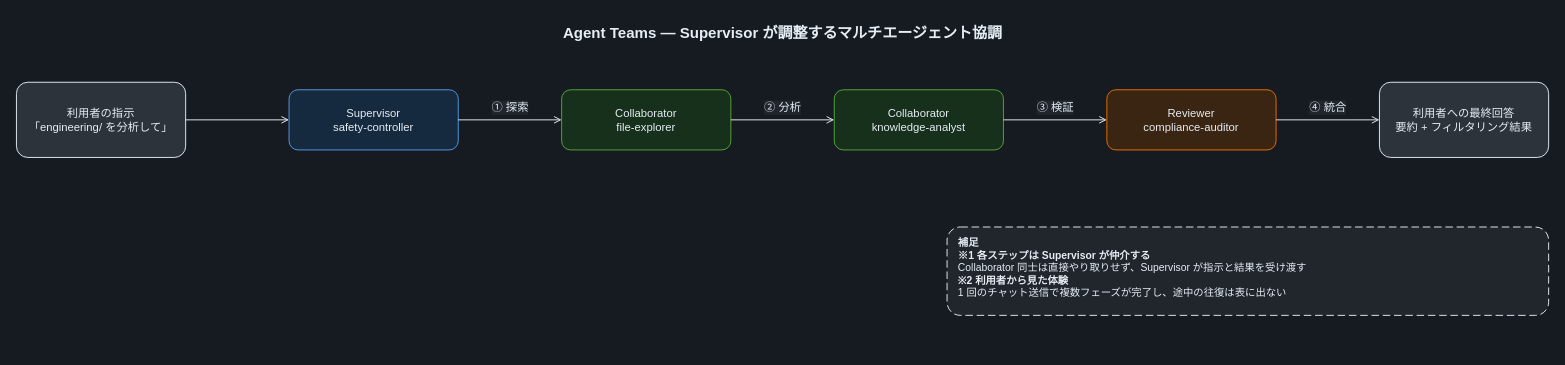
This is docs/diagrams/dark/part3-agent-teams.drawio from Yoshiki0705/FSx-for-ONTAP-S3AccessPoints-Serverless-Patterns, a draw.io file, before an edit. Source tidied: cells renumbered, new cells numbered last; positions are measured from the earlier drawing's top-left corner, leaving out a move shared by most shapes. Both pictures are drawn from the tidied source at 94%, with x=0, y=0 at pixel (16, 16).
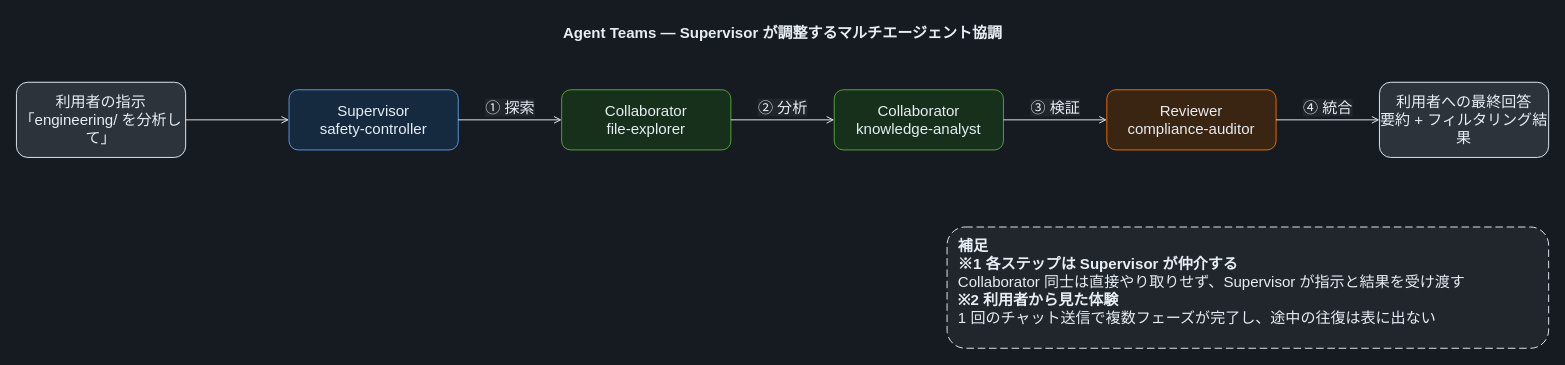
The same diagram, later.

Change to the diagram source:
```diff
@@
 <mxGraphModel background="#161B22">
   <root>
     <mxCell id="0" />
     <mxCell id="1" parent="0" />
     <mxCell id="2" value="Agent Teams — Supervisor が調整するマルチエージェント協調" style="text;html=1;align=center;verticalAlign=middle;fontSize=16;fontStyle=1;fontColor=#E6EDF3;" parent="1" vertex="1">
       <mxGeometry width="1630" height="34" as="geometry" />
     </mxCell>
-    <mxCell id="3" value="利用者の指示&lt;br&gt;「engineering/ を分析して」" style="rounded=1;whiteSpace=wrap;html=1;dashed=0;strokeColor=#E6EDF3;fillColor=#2D333B;align=center;verticalAlign=middle;fontSize=12;fontColor=#E6EDF3;" parent="1" vertex="1">
+    <mxCell id="3" value="利用者の指示&lt;br&gt;「engineering/ を分析して」" style="rounded=1;whiteSpace=wrap;html=1;dashed=0;strokeColor=#E6EDF3;fillColor=#2D333B;align=center;verticalAlign=middle;fontSize=16;fontColor=#E6EDF3;" parent="1" vertex="1">
       <mxGeometry y="70" width="180" height="80" as="geometry" />
     </mxCell>
-    <mxCell id="4" value="Supervisor&lt;br&gt;safety-controller" style="rounded=1;whiteSpace=wrap;html=1;dashed=0;strokeColor=#589BE5;fillColor=#152A3E;align=center;verticalAlign=middle;fontSize=12;fontColor=#E6EDF3;" parent="1" vertex="1">
+    <mxCell id="4" value="Supervisor&lt;br&gt;safety-controller" style="rounded=1;whiteSpace=wrap;html=1;dashed=0;strokeColor=#589BE5;fillColor=#152A3E;align=center;verticalAlign=middle;fontSize=16;fontColor=#E6EDF3;" parent="1" vertex="1">
       <mxGeometry x="290" y="78" width="180" height="64" as="geometry" />
     </mxCell>
-    <mxCell id="5" value="Collaborator&lt;br&gt;file-explorer" style="rounded=1;whiteSpace=wrap;html=1;dashed=0;strokeColor=#57A83A;fillColor=#16301C;align=center;verticalAlign=middle;fontSize=12;fontColor=#E6EDF3;" parent="1" vertex="1">
+    <mxCell id="5" value="Collaborator&lt;br&gt;file-explorer" style="rounded=1;whiteSpace=wrap;html=1;dashed=0;strokeColor=#57A83A;fillColor=#16301C;align=center;verticalAlign=middle;fontSize=16;fontColor=#E6EDF3;" parent="1" vertex="1">
       <mxGeometry x="580" y="78" width="180" height="64" as="geometry" />
     </mxCell>
-    <mxCell id="6" value="Collaborator&lt;br&gt;knowledge-analyst" style="rounded=1;whiteSpace=wrap;html=1;dashed=0;strokeColor=#57A83A;fillColor=#16301C;align=center;verticalAlign=middle;fontSize=12;fontColor=#E6EDF3;" parent="1" vertex="1">
+    <mxCell id="6" value="Collaborator&lt;br&gt;knowledge-analyst" style="rounded=1;whiteSpace=wrap;html=1;dashed=0;strokeColor=#57A83A;fillColor=#16301C;align=center;verticalAlign=middle;fontSize=16;fontColor=#E6EDF3;" parent="1" vertex="1">
       <mxGeometry x="870" y="78" width="180" height="64" as="geometry" />
     </mxCell>
-    <mxCell id="7" value="Reviewer&lt;br&gt;compliance-auditor" style="rounded=1;whiteSpace=wrap;html=1;dashed=0;strokeColor=#ED7100;fillColor=#3A2412;align=center;verticalAlign=middle;fontSize=12;fontColor=#E6EDF3;" parent="1" vertex="1">
+    <mxCell id="7" value="Reviewer&lt;br&gt;compliance-auditor" style="rounded=1;whiteSpace=wrap;html=1;dashed=0;strokeColor=#ED7100;fillColor=#3A2412;align=center;verticalAlign=middle;fontSize=16;fontColor=#E6EDF3;" parent="1" vertex="1">
       <mxGeometry x="1160" y="78" width="180" height="64" as="geometry" />
     </mxCell>
-    <mxCell id="8" value="利用者への最終回答&lt;br&gt;要約 + フィルタリング結果" style="rounded=1;whiteSpace=wrap;html=1;dashed=0;strokeColor=#E6EDF3;fillColor=#2D333B;align=center;verticalAlign=middle;fontSize=12;fontColor=#E6EDF3;" parent="1" vertex="1">
+    <mxCell id="8" value="利用者への最終回答&lt;br&gt;要約 + フィルタリング結果" style="rounded=1;whiteSpace=wrap;html=1;dashed=0;strokeColor=#E6EDF3;fillColor=#2D333B;align=center;verticalAlign=middle;fontSize=16;fontColor=#E6EDF3;" parent="1" vertex="1">
       <mxGeometry x="1450" y="70" width="180" height="80" as="geometry" />
     </mxCell>
-    <mxCell id="9" style="edgeStyle=orthogonalEdgeStyle;rounded=0;jettySize=auto;html=1;endArrow=open;endFill=0;strokeColor=#E6EDF3;strokeWidth=1;fontSize=12;fontColor=#E6EDF3;labelBackgroundColor=#21262D;" parent="1" edge="1" source="3" target="4">
+    <mxCell id="9" style="edgeStyle=orthogonalEdgeStyle;rounded=0;jettySize=auto;html=1;endArrow=open;endFill=0;strokeColor=#E6EDF3;strokeWidth=1;fontSize=16;fontColor=#E6EDF3;labelBackgroundColor=#21262D;" parent="1" edge="1" source="3" target="4">
       <mxGeometry relative="1" as="geometry" />
     </mxCell>
-    <mxCell id="10" value="① 探索" style="edgeStyle=orthogonalEdgeStyle;rounded=0;jettySize=auto;html=1;endArrow=open;endFill=0;strokeColor=#E6EDF3;strokeWidth=1;fontSize=12;fontColor=#E6EDF3;labelBackgroundColor=#21262D;" parent="1" edge="1" source="4" target="5">
+    <mxCell id="10" value="① 探索" style="edgeStyle=orthogonalEdgeStyle;rounded=0;jettySize=auto;html=1;endArrow=open;endFill=0;strokeColor=#E6EDF3;strokeWidth=1;fontSize=16;fontColor=#E6EDF3;labelBackgroundColor=#21262D;" parent="1" edge="1" source="4" target="5">
       <mxGeometry relative="1" as="geometry">
         <mxPoint y="-13" as="offset" />
       </mxGeometry>
     </mxCell>
-    <mxCell id="11" value="② 分析" style="edgeStyle=orthogonalEdgeStyle;rounded=0;jettySize=auto;html=1;endArrow=open;endFill=0;strokeColor=#E6EDF3;strokeWidth=1;fontSize=12;fontColor=#E6EDF3;labelBackgroundColor=#21262D;" parent="1" edge="1" source="5" target="6">
+    <mxCell id="11" value="② 分析" style="edgeStyle=orthogonalEdgeStyle;rounded=0;jettySize=auto;html=1;endArrow=open;endFill=0;strokeColor=#E6EDF3;strokeWidth=1;fontSize=16;fontColor=#E6EDF3;labelBackgroundColor=#21262D;" parent="1" edge="1" source="5" target="6">
       <mxGeometry relative="1" as="geometry">
         <mxPoint y="-13" as="offset" />
       </mxGeometry>
     </mxCell>
-    <mxCell id="12" value="③ 検証" style="edgeStyle=orthogonalEdgeStyle;rounded=0;jettySize=auto;html=1;endArrow=open;endFill=0;strokeColor=#E6EDF3;strokeWidth=1;fontSize=12;fontColor=#E6EDF3;labelBackgroundColor=#21262D;" parent="1" edge="1" source="6" target="7">
+    <mxCell id="12" value="③ 検証" style="edgeStyle=orthogonalEdgeStyle;rounded=0;jettySize=auto;html=1;endArrow=open;endFill=0;strokeColor=#E6EDF3;strokeWidth=1;fontSize=16;fontColor=#E6EDF3;labelBackgroundColor=#21262D;" parent="1" edge="1" source="6" target="7">
       <mxGeometry relative="1" as="geometry">
         <mxPoint y="-13" as="offset" />
       </mxGeometry>
     </mxCell>
-    <mxCell id="13" value="④ 統合" style="edgeStyle=orthogonalEdgeStyle;rounded=0;jettySize=auto;html=1;endArrow=open;endFill=0;strokeColor=#E6EDF3;strokeWidth=1;fontSize=12;fontColor=#E6EDF3;labelBackgroundColor=#21262D;" parent="1" edge="1" source="7" target="8">
+    <mxCell id="13" value="④ 統合" style="edgeStyle=orthogonalEdgeStyle;rounded=0;jettySize=auto;html=1;endArrow=open;endFill=0;strokeColor=#E6EDF3;strokeWidth=1;fontSize=16;fontColor=#E6EDF3;labelBackgroundColor=#21262D;" parent="1" edge="1" source="7" target="8">
       <mxGeometry relative="1" as="geometry">
         <mxPoint y="-13" as="offset" />
       </mxGeometry>
     </mxCell>
-    <mxCell id="14" value="&lt;b&gt;補足&lt;/b&gt;&lt;br&gt;&lt;b&gt;※1 各ステップは Supervisor が仲介する&lt;/b&gt;&lt;br&gt;Collaborator 同士は直接やり取りせず、Supervisor が指示と結果を受け渡す&lt;br&gt;&lt;b&gt;※2 利用者から見た体験&lt;/b&gt;&lt;br&gt;1 回のチャット送信で複数フェーズが完了し、途中の往復は表に出ない" style="rounded=1;whiteSpace=wrap;html=1;dashed=1;dashPattern=8 4;strokeColor=#E6EDF3;fillColor=#21262D;align=left;verticalAlign=top;spacingLeft=10;spacingTop=4;fontSize=11;fontColor=#E6EDF3;" parent="1" vertex="1">
-      <mxGeometry x="990" y="224" width="640" height="94" as="geometry" />
+    <mxCell id="14" value="&lt;b&gt;補足&lt;/b&gt;&lt;br&gt;&lt;b&gt;※1 各ステップは Supervisor が仲介する&lt;/b&gt;&lt;br&gt;Collaborator 同士は直接やり取りせず、Supervisor が指示と結果を受け渡す&lt;br&gt;&lt;b&gt;※2 利用者から見た体験&lt;/b&gt;&lt;br&gt;1 回のチャット送信で複数フェーズが完了し、途中の往復は表に出ない" style="rounded=1;whiteSpace=wrap;html=1;dashed=1;dashPattern=8 4;strokeColor=#E6EDF3;fillColor=#21262D;align=left;verticalAlign=top;spacingLeft=10;spacingTop=4;fontSize=16;fontColor=#E6EDF3;" parent="1" vertex="1">
+      <mxGeometry x="990" y="224" width="640" height="129" as="geometry" />
     </mxCell>
   </root>
 </mxGraphModel>
```
